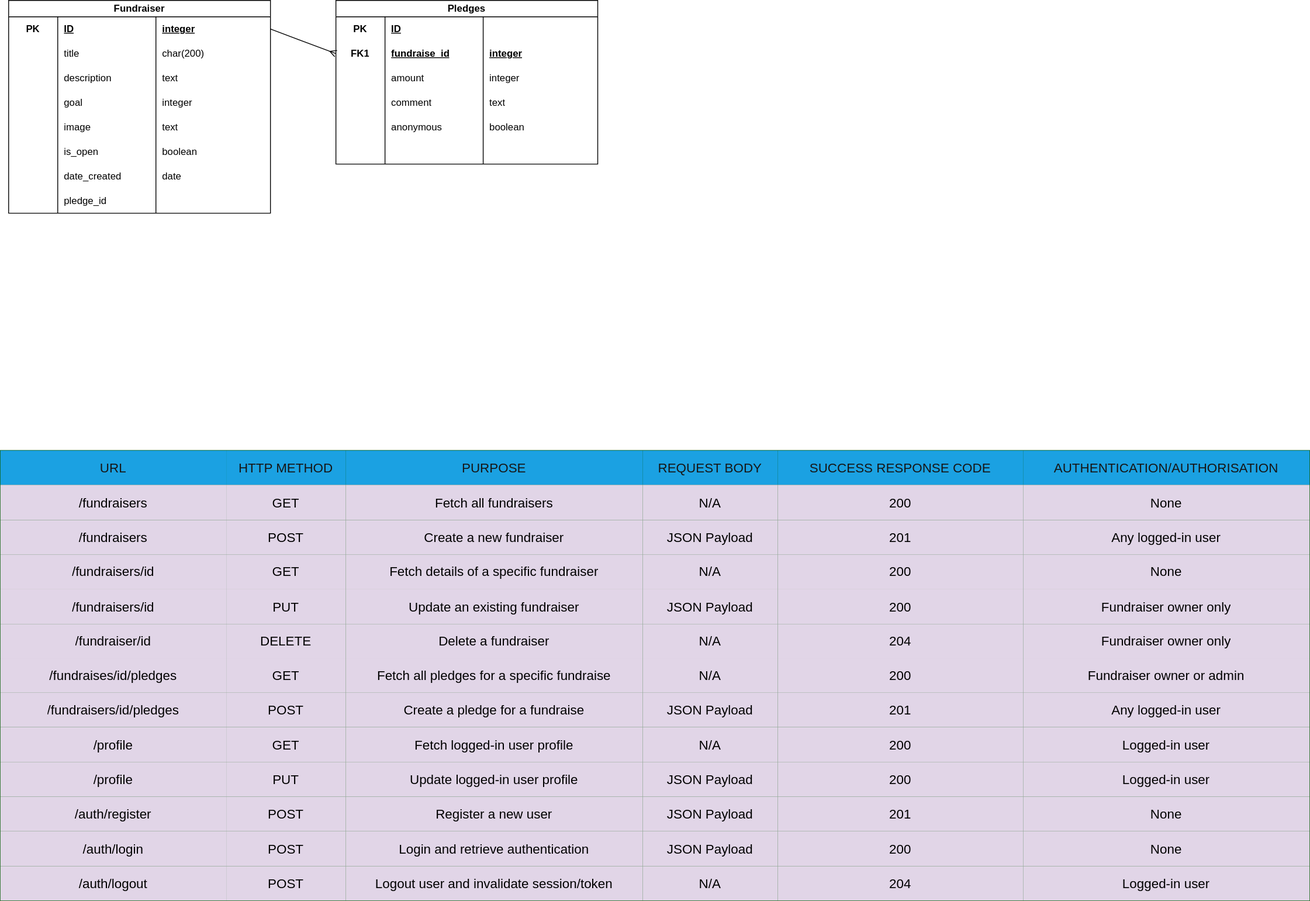
This is database.drawio.svg from arsenharris/crowdfunding_backend, a draw.io export, as it was before one commit. Source tidied: cells renumbered, new cells last; positions are measured from the earlier drawing's top-left corner, leaving out a move shared by most shapes.
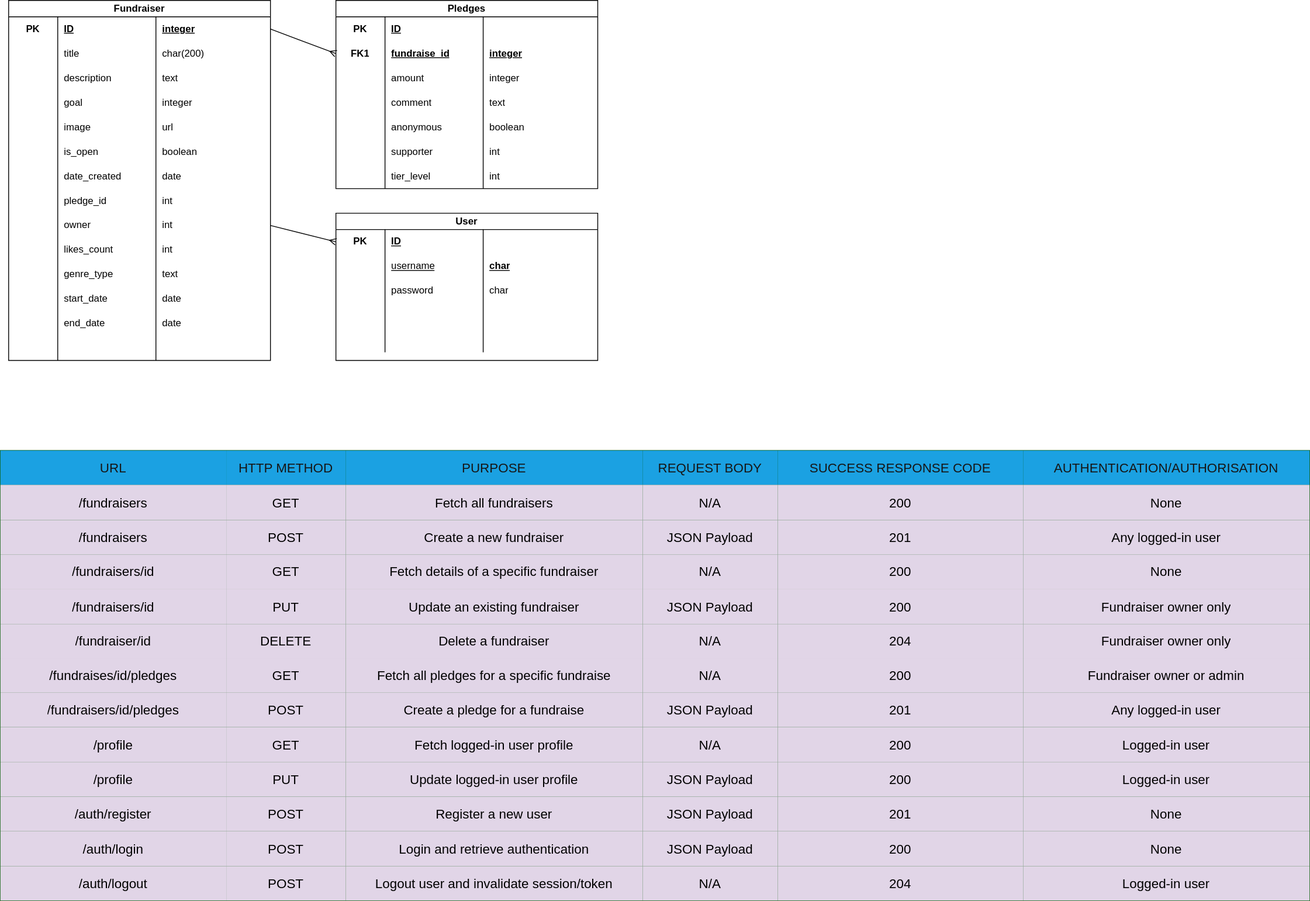
The same diagram one commit later.

Commit message:
readmefile is updated and erd is done

The edit, as a diff of the source:
```diff
@@ -279,7 +279,7 @@
       <mxGeometry x="1250" width="350" height="42" as="geometry" />
     </mxCell>
     <mxCell id="94" value="Fundraiser" style="shape=table;startSize=20;rowLines=0;fontStyle=1;align=center;html=1;whiteSpace=wrap;" parent="1" vertex="1">
-      <mxGeometry x="10" width="320" height="260" as="geometry" />
+      <mxGeometry x="10" width="320" height="440" as="geometry" />
     </mxCell>
     <mxCell id="95" style="shape=tableRow;horizontal=0;startSize=0;swimlaneHead=0;swimlaneBody=0;fillColor=none;points=[[0,0.5],[1,0.5]];portConstraint=eastwest;top=0;left=0;right=0;bottom=0;html=1;" parent="94" vertex="1">
       <mxGeometry y="20" width="320" height="30" as="geometry" />
@@ -338,7 +338,7 @@
     <mxCell id="113" value="image" style="shape=partialRectangle;fillColor=none;top=0;left=0;bottom=0;right=0;align=left;spacingLeft=6;overflow=hidden;html=1;whiteSpace=wrap;" parent="111" vertex="1">
       <mxGeometry x="60" width="120" height="30" as="geometry" />
     </mxCell>
-    <mxCell id="114" value="text" style="shape=partialRectangle;fillColor=none;top=0;left=0;bottom=0;right=0;align=left;spacingLeft=6;overflow=hidden;html=1;whiteSpace=wrap;" parent="111" vertex="1">
+    <mxCell id="114" value="url" style="shape=partialRectangle;fillColor=none;top=0;left=0;bottom=0;right=0;align=left;spacingLeft=6;overflow=hidden;html=1;whiteSpace=wrap;" parent="111" vertex="1">
       <mxGeometry x="180" width="140" height="30" as="geometry" />
     </mxCell>
     <mxCell id="115" style="shape=tableRow;horizontal=0;startSize=0;swimlaneHead=0;swimlaneBody=0;fillColor=none;top=0;left=0;right=0;bottom=0;html=1;" parent="94" vertex="1">
@@ -374,11 +374,83 @@
     <mxCell id="125" value="pledge_id" style="shape=partialRectangle;fillColor=none;top=0;left=0;bottom=0;right=0;align=left;spacingLeft=6;overflow=hidden;html=1;whiteSpace=wrap;" parent="123" vertex="1">
       <mxGeometry x="60" width="120" height="30" as="geometry" />
     </mxCell>
-    <mxCell id="126" style="shape=partialRectangle;fillColor=none;top=0;left=0;bottom=0;right=0;align=left;spacingLeft=6;overflow=hidden;html=1;whiteSpace=wrap;" parent="123" vertex="1">
+    <mxCell id="126" value="int" style="shape=partialRectangle;fillColor=none;top=0;left=0;bottom=0;right=0;align=left;spacingLeft=6;overflow=hidden;html=1;whiteSpace=wrap;" parent="123" vertex="1">
       <mxGeometry x="180" width="140" height="30" as="geometry" />
     </mxCell>
+    <mxCell id="153" style="shape=tableRow;horizontal=0;startSize=0;swimlaneHead=0;swimlaneBody=0;fillColor=none;points=[[0,0.5],[1,0.5]];portConstraint=eastwest;top=0;left=0;right=0;bottom=0;html=1;" parent="94" vertex="1">
+      <mxGeometry y="260" width="320" height="30" as="geometry" />
+    </mxCell>
+    <mxCell id="154" style="shape=partialRectangle;fillColor=none;top=0;left=0;bottom=0;right=0;overflow=hidden;html=1;whiteSpace=wrap;" parent="153" vertex="1">
+      <mxGeometry width="60" height="30" as="geometry" />
+    </mxCell>
+    <mxCell id="155" value="owner" style="shape=partialRectangle;fillColor=none;top=0;left=0;bottom=0;right=0;align=left;spacingLeft=6;overflow=hidden;html=1;whiteSpace=wrap;" parent="153" vertex="1">
+      <mxGeometry x="60" width="120" height="30" as="geometry" />
+    </mxCell>
+    <mxCell id="156" value="int" style="shape=partialRectangle;fillColor=none;top=0;left=0;bottom=0;right=0;align=left;spacingLeft=6;overflow=hidden;html=1;whiteSpace=wrap;" parent="153" vertex="1">
+      <mxGeometry x="180" width="140" height="30" as="geometry" />
+    </mxCell>
+    <mxCell id="157" style="shape=tableRow;horizontal=0;startSize=0;swimlaneHead=0;swimlaneBody=0;fillColor=none;top=0;left=0;right=0;bottom=0;html=1;" parent="94" vertex="1">
+      <mxGeometry y="290" width="320" height="30" as="geometry" />
+    </mxCell>
+    <mxCell id="158" style="shape=partialRectangle;fillColor=none;top=0;left=0;bottom=0;right=0;overflow=hidden;html=1;whiteSpace=wrap;" parent="157" vertex="1">
+      <mxGeometry width="60" height="30" as="geometry" />
+    </mxCell>
+    <mxCell id="159" value="likes_count" style="shape=partialRectangle;fillColor=none;top=0;left=0;bottom=0;right=0;align=left;spacingLeft=6;overflow=hidden;html=1;whiteSpace=wrap;" parent="157" vertex="1">
+      <mxGeometry x="60" width="120" height="30" as="geometry" />
+    </mxCell>
+    <mxCell id="160" value="int" style="shape=partialRectangle;fillColor=none;top=0;left=0;bottom=0;right=0;align=left;spacingLeft=6;overflow=hidden;html=1;whiteSpace=wrap;" parent="157" vertex="1">
+      <mxGeometry x="180" width="140" height="30" as="geometry" />
+    </mxCell>
+    <mxCell id="161" style="shape=tableRow;horizontal=0;startSize=0;swimlaneHead=0;swimlaneBody=0;fillColor=none;top=0;left=0;right=0;bottom=0;html=1;" parent="94" vertex="1">
+      <mxGeometry y="320" width="320" height="30" as="geometry" />
+    </mxCell>
+    <mxCell id="162" style="shape=partialRectangle;fillColor=none;top=0;left=0;bottom=0;right=0;overflow=hidden;html=1;whiteSpace=wrap;" parent="161" vertex="1">
+      <mxGeometry width="60" height="30" as="geometry" />
+    </mxCell>
+    <mxCell id="163" value="genre_type" style="shape=partialRectangle;fillColor=none;top=0;left=0;bottom=0;right=0;align=left;spacingLeft=6;overflow=hidden;html=1;whiteSpace=wrap;" parent="161" vertex="1">
+      <mxGeometry x="60" width="120" height="30" as="geometry" />
+    </mxCell>
+    <mxCell id="164" value="text" style="shape=partialRectangle;fillColor=none;top=0;left=0;bottom=0;right=0;align=left;spacingLeft=6;overflow=hidden;html=1;whiteSpace=wrap;" parent="161" vertex="1">
+      <mxGeometry x="180" width="140" height="30" as="geometry" />
+    </mxCell>
+    <mxCell id="165" style="shape=tableRow;horizontal=0;startSize=0;swimlaneHead=0;swimlaneBody=0;fillColor=none;top=0;left=0;right=0;bottom=0;html=1;" parent="94" vertex="1">
+      <mxGeometry y="350" width="320" height="30" as="geometry" />
+    </mxCell>
+    <mxCell id="166" style="shape=partialRectangle;fillColor=none;top=0;left=0;bottom=0;right=0;overflow=hidden;html=1;whiteSpace=wrap;" parent="165" vertex="1">
+      <mxGeometry width="60" height="30" as="geometry" />
+    </mxCell>
+    <mxCell id="167" value="start_date" style="shape=partialRectangle;fillColor=none;top=0;left=0;bottom=0;right=0;align=left;spacingLeft=6;overflow=hidden;html=1;whiteSpace=wrap;" parent="165" vertex="1">
+      <mxGeometry x="60" width="120" height="30" as="geometry" />
+    </mxCell>
+    <mxCell id="168" value="date" style="shape=partialRectangle;fillColor=none;top=0;left=0;bottom=0;right=0;align=left;spacingLeft=6;overflow=hidden;html=1;whiteSpace=wrap;" parent="165" vertex="1">
+      <mxGeometry x="180" width="140" height="30" as="geometry" />
+    </mxCell>
+    <mxCell id="169" style="shape=tableRow;horizontal=0;startSize=0;swimlaneHead=0;swimlaneBody=0;fillColor=none;top=0;left=0;right=0;bottom=0;html=1;" parent="94" vertex="1">
+      <mxGeometry y="380" width="320" height="30" as="geometry" />
+    </mxCell>
+    <mxCell id="170" style="shape=partialRectangle;fillColor=none;top=0;left=0;bottom=0;right=0;overflow=hidden;html=1;whiteSpace=wrap;" parent="169" vertex="1">
+      <mxGeometry width="60" height="30" as="geometry" />
+    </mxCell>
+    <mxCell id="171" value="end_date" style="shape=partialRectangle;fillColor=none;top=0;left=0;bottom=0;right=0;align=left;spacingLeft=6;overflow=hidden;html=1;whiteSpace=wrap;" parent="169" vertex="1">
+      <mxGeometry x="60" width="120" height="30" as="geometry" />
+    </mxCell>
+    <mxCell id="172" value="date" style="shape=partialRectangle;fillColor=none;top=0;left=0;bottom=0;right=0;align=left;spacingLeft=6;overflow=hidden;html=1;whiteSpace=wrap;" parent="169" vertex="1">
+      <mxGeometry x="180" width="140" height="30" as="geometry" />
+    </mxCell>
+    <mxCell id="173" style="shape=tableRow;horizontal=0;startSize=0;swimlaneHead=0;swimlaneBody=0;fillColor=none;top=0;left=0;right=0;bottom=0;html=1;" parent="94" vertex="1">
+      <mxGeometry y="410" width="320" height="30" as="geometry" />
+    </mxCell>
+    <mxCell id="174" style="shape=partialRectangle;fillColor=none;top=0;left=0;bottom=0;right=0;overflow=hidden;html=1;whiteSpace=wrap;" parent="173" vertex="1">
+      <mxGeometry width="60" height="30" as="geometry" />
+    </mxCell>
+    <mxCell id="175" style="shape=partialRectangle;fillColor=none;top=0;left=0;bottom=0;right=0;align=left;spacingLeft=6;overflow=hidden;html=1;whiteSpace=wrap;" parent="173" vertex="1">
+      <mxGeometry x="60" width="120" height="30" as="geometry" />
+    </mxCell>
+    <mxCell id="176" style="shape=partialRectangle;fillColor=none;top=0;left=0;bottom=0;right=0;align=left;spacingLeft=6;overflow=hidden;html=1;whiteSpace=wrap;" parent="173" vertex="1">
+      <mxGeometry x="180" width="140" height="30" as="geometry" />
+    </mxCell>
     <mxCell id="127" value="Pledges" style="shape=table;startSize=20;rowLines=0;fontStyle=1;align=center;html=1;whiteSpace=wrap;" parent="1" vertex="1">
-      <mxGeometry x="410" width="320" height="200" as="geometry" />
+      <mxGeometry x="410" width="320" height="230" as="geometry" />
     </mxCell>
     <mxCell id="128" style="shape=tableRow;horizontal=0;startSize=0;swimlaneHead=0;swimlaneBody=0;fillColor=none;top=0;left=0;right=0;bottom=0;html=1;" parent="127" vertex="1">
       <mxGeometry y="20" width="320" height="30" as="geometry" />
@@ -446,14 +518,92 @@
     <mxCell id="149" style="shape=partialRectangle;fillColor=none;top=0;left=0;bottom=0;right=0;overflow=hidden;html=1;whiteSpace=wrap;" parent="148" vertex="1">
       <mxGeometry width="60" height="30" as="geometry" />
     </mxCell>
-    <mxCell id="150" style="shape=partialRectangle;fillColor=none;top=0;left=0;bottom=0;right=0;align=left;spacingLeft=6;overflow=hidden;html=1;whiteSpace=wrap;" parent="148" vertex="1">
+    <mxCell id="150" value="supporter" style="shape=partialRectangle;fillColor=none;top=0;left=0;bottom=0;right=0;align=left;spacingLeft=6;overflow=hidden;html=1;whiteSpace=wrap;" parent="148" vertex="1">
       <mxGeometry x="60" width="120" height="30" as="geometry" />
     </mxCell>
-    <mxCell id="151" style="shape=partialRectangle;fillColor=none;top=0;left=0;bottom=0;right=0;align=left;spacingLeft=6;overflow=hidden;html=1;whiteSpace=wrap;" parent="148" vertex="1">
+    <mxCell id="151" value="int" style="shape=partialRectangle;fillColor=none;top=0;left=0;bottom=0;right=0;align=left;spacingLeft=6;overflow=hidden;html=1;whiteSpace=wrap;" parent="148" vertex="1">
       <mxGeometry x="180" width="140" height="30" as="geometry" />
     </mxCell>
+    <mxCell id="177" style="shape=tableRow;horizontal=0;startSize=0;swimlaneHead=0;swimlaneBody=0;fillColor=none;top=0;left=0;right=0;bottom=0;html=1;" parent="127" vertex="1">
+      <mxGeometry y="200" width="320" height="30" as="geometry" />
+    </mxCell>
+    <mxCell id="178" style="shape=partialRectangle;fillColor=none;top=0;left=0;bottom=0;right=0;overflow=hidden;html=1;whiteSpace=wrap;" parent="177" vertex="1">
+      <mxGeometry width="60" height="30" as="geometry" />
+    </mxCell>
+    <mxCell id="179" value="tier_level" style="shape=partialRectangle;fillColor=none;top=0;left=0;bottom=0;right=0;align=left;spacingLeft=6;overflow=hidden;html=1;whiteSpace=wrap;" parent="177" vertex="1">
+      <mxGeometry x="60" width="120" height="30" as="geometry" />
+    </mxCell>
+    <mxCell id="180" value="int" style="shape=partialRectangle;fillColor=none;top=0;left=0;bottom=0;right=0;align=left;spacingLeft=6;overflow=hidden;html=1;whiteSpace=wrap;" parent="177" vertex="1">
+      <mxGeometry x="180" width="140" height="30" as="geometry" />
+    </mxCell>
     <mxCell id="152" style="edgeStyle=none;html=1;entryX=0;entryY=0.5;entryDx=0;entryDy=0;exitX=1;exitY=0.5;exitDx=0;exitDy=0;startArrow=none;startFill=0;endArrow=ERmany;endFill=0;" parent="1" edge="1" source="95" target="132">
       <mxGeometry relative="1" as="geometry" />
     </mxCell>
+    <mxCell id="181" value="User" style="shape=table;startSize=20;rowLines=0;fontStyle=1;align=center;html=1;whiteSpace=wrap;" parent="1" vertex="1">
+      <mxGeometry x="410" y="260" width="320" height="180" as="geometry" />
+    </mxCell>
+    <mxCell id="182" style="shape=tableRow;horizontal=0;startSize=0;swimlaneHead=0;swimlaneBody=0;fillColor=none;points=[[0,0.5],[1,0.5]];portConstraint=eastwest;top=0;left=0;right=0;bottom=0;html=1;" parent="181" vertex="1">
+      <mxGeometry y="20" width="320" height="30" as="geometry" />
+    </mxCell>
+    <mxCell id="183" value="PK" style="shape=partialRectangle;fillColor=none;top=0;left=0;bottom=0;right=0;fontStyle=1;overflow=hidden;html=1;whiteSpace=wrap;" parent="182" vertex="1">
+      <mxGeometry width="60" height="30" as="geometry" />
+    </mxCell>
+    <mxCell id="184" value="ID" style="shape=partialRectangle;fillColor=none;top=0;left=0;bottom=0;right=0;align=left;spacingLeft=6;fontStyle=5;overflow=hidden;html=1;whiteSpace=wrap;" parent="182" vertex="1">
+      <mxGeometry x="60" width="120" height="30" as="geometry" />
+    </mxCell>
+    <mxCell id="185" style="shape=partialRectangle;fillColor=none;top=0;left=0;bottom=0;right=0;align=left;spacingLeft=6;fontStyle=5;overflow=hidden;html=1;whiteSpace=wrap;" parent="182" vertex="1">
+      <mxGeometry x="180" width="140" height="30" as="geometry" />
+    </mxCell>
+    <mxCell id="186" style="shape=tableRow;horizontal=0;startSize=0;swimlaneHead=0;swimlaneBody=0;fillColor=none;top=0;left=0;right=0;bottom=0;html=1;" parent="181" vertex="1">
+      <mxGeometry y="50" width="320" height="30" as="geometry" />
+    </mxCell>
+    <mxCell id="187" style="shape=partialRectangle;fillColor=none;top=0;left=0;bottom=0;right=0;fontStyle=1;overflow=hidden;html=1;whiteSpace=wrap;" parent="186" vertex="1">
+      <mxGeometry width="60" height="30" as="geometry" />
+    </mxCell>
+    <mxCell id="188" value="&lt;span style=&quot;font-weight: normal;&quot;&gt;username&lt;/span&gt;" style="shape=partialRectangle;fillColor=none;top=0;left=0;bottom=0;right=0;align=left;spacingLeft=6;fontStyle=5;overflow=hidden;html=1;whiteSpace=wrap;" parent="186" vertex="1">
+      <mxGeometry x="60" width="120" height="30" as="geometry" />
+    </mxCell>
+    <mxCell id="189" value="char" style="shape=partialRectangle;fillColor=none;top=0;left=0;bottom=0;right=0;align=left;spacingLeft=6;fontStyle=5;overflow=hidden;html=1;whiteSpace=wrap;" parent="186" vertex="1">
+      <mxGeometry x="180" width="140" height="30" as="geometry" />
+    </mxCell>
+    <mxCell id="190" style="shape=tableRow;horizontal=0;startSize=0;swimlaneHead=0;swimlaneBody=0;fillColor=none;top=0;left=0;right=0;bottom=0;html=1;" parent="181" vertex="1">
+      <mxGeometry y="80" width="320" height="30" as="geometry" />
+    </mxCell>
+    <mxCell id="191" style="shape=partialRectangle;fillColor=none;top=0;left=0;bottom=0;right=0;overflow=hidden;html=1;whiteSpace=wrap;" parent="190" vertex="1">
+      <mxGeometry width="60" height="30" as="geometry" />
+    </mxCell>
+    <mxCell id="192" value="password" style="shape=partialRectangle;fillColor=none;top=0;left=0;bottom=0;right=0;align=left;spacingLeft=6;overflow=hidden;html=1;whiteSpace=wrap;" parent="190" vertex="1">
+      <mxGeometry x="60" width="120" height="30" as="geometry" />
+    </mxCell>
+    <mxCell id="193" value="char" style="shape=partialRectangle;fillColor=none;top=0;left=0;bottom=0;right=0;align=left;spacingLeft=6;overflow=hidden;html=1;whiteSpace=wrap;" parent="190" vertex="1">
+      <mxGeometry x="180" width="140" height="30" as="geometry" />
+    </mxCell>
+    <mxCell id="194" style="shape=tableRow;horizontal=0;startSize=0;swimlaneHead=0;swimlaneBody=0;fillColor=none;top=0;left=0;right=0;bottom=0;html=1;" parent="181" vertex="1">
+      <mxGeometry y="110" width="320" height="30" as="geometry" />
+    </mxCell>
+    <mxCell id="195" style="shape=partialRectangle;fillColor=none;top=0;left=0;bottom=0;right=0;overflow=hidden;html=1;whiteSpace=wrap;" parent="194" vertex="1">
+      <mxGeometry width="60" height="30" as="geometry" />
+    </mxCell>
+    <mxCell id="196" style="shape=partialRectangle;fillColor=none;top=0;left=0;bottom=0;right=0;align=left;spacingLeft=6;overflow=hidden;html=1;whiteSpace=wrap;" parent="194" vertex="1">
+      <mxGeometry x="60" width="120" height="30" as="geometry" />
+    </mxCell>
+    <mxCell id="197" style="shape=partialRectangle;fillColor=none;top=0;left=0;bottom=0;right=0;align=left;spacingLeft=6;overflow=hidden;html=1;whiteSpace=wrap;" parent="194" vertex="1">
+      <mxGeometry x="180" width="140" height="30" as="geometry" />
+    </mxCell>
+    <mxCell id="198" style="shape=tableRow;horizontal=0;startSize=0;swimlaneHead=0;swimlaneBody=0;fillColor=none;top=0;left=0;right=0;bottom=0;html=1;" parent="181" vertex="1">
+      <mxGeometry y="140" width="320" height="30" as="geometry" />
+    </mxCell>
+    <mxCell id="199" style="shape=partialRectangle;fillColor=none;top=0;left=0;bottom=0;right=0;overflow=hidden;html=1;whiteSpace=wrap;" parent="198" vertex="1">
+      <mxGeometry width="60" height="30" as="geometry" />
+    </mxCell>
+    <mxCell id="200" style="shape=partialRectangle;fillColor=none;top=0;left=0;bottom=0;right=0;align=left;spacingLeft=6;overflow=hidden;html=1;whiteSpace=wrap;" parent="198" vertex="1">
+      <mxGeometry x="60" width="120" height="30" as="geometry" />
+    </mxCell>
+    <mxCell id="201" style="shape=partialRectangle;fillColor=none;top=0;left=0;bottom=0;right=0;align=left;spacingLeft=6;overflow=hidden;html=1;whiteSpace=wrap;" parent="198" vertex="1">
+      <mxGeometry x="180" width="140" height="30" as="geometry" />
+    </mxCell>
+    <mxCell id="202" style="edgeStyle=none;html=1;entryX=0;entryY=0.5;entryDx=0;entryDy=0;exitX=1;exitY=0.5;exitDx=0;exitDy=0;startArrow=none;startFill=0;endArrow=ERmany;endFill=0;" parent="1" edge="1" source="153" target="182">
+      <mxGeometry relative="1" as="geometry" />
+    </mxCell>
   </root>
 </mxGraphModel>
```
